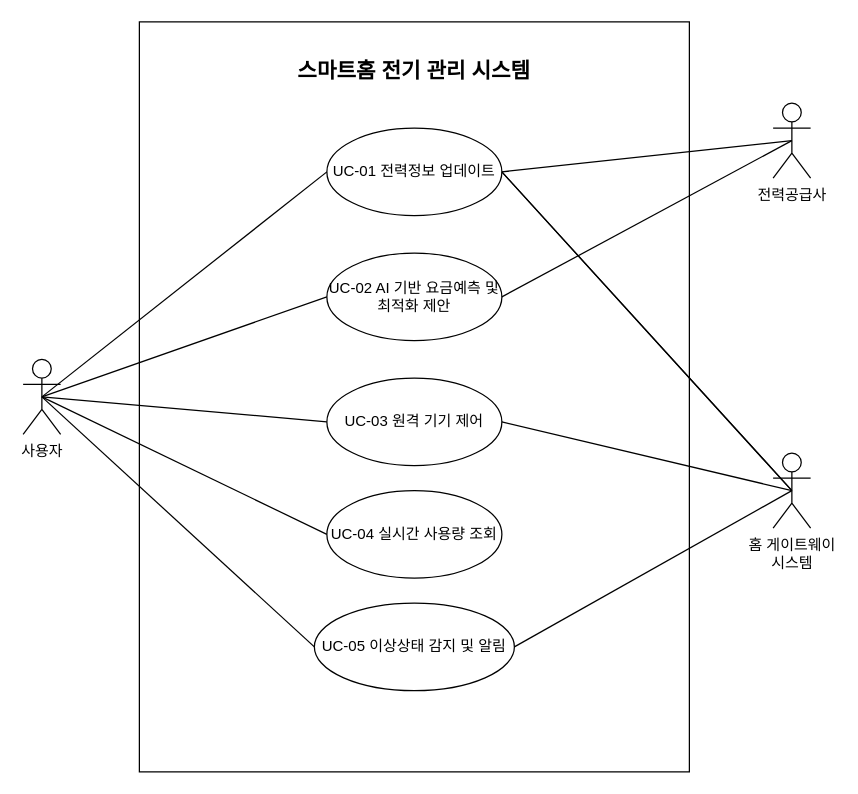
GeniusHoon/AssociateArchitect keeps this draw.io diagram as page "UseCaseModel - Cloud" (2 of 2) of architecturalDrivers.drawio. Above is the earlier version. Source tidied: cells renumbered, new cells numbered last; positions are measured from the earlier drawing's top-left corner, leaving out a move shared by most shapes. Both pictures are drawn from the tidied source at 125%, with x=0, y=0 at pixel (22, 21).
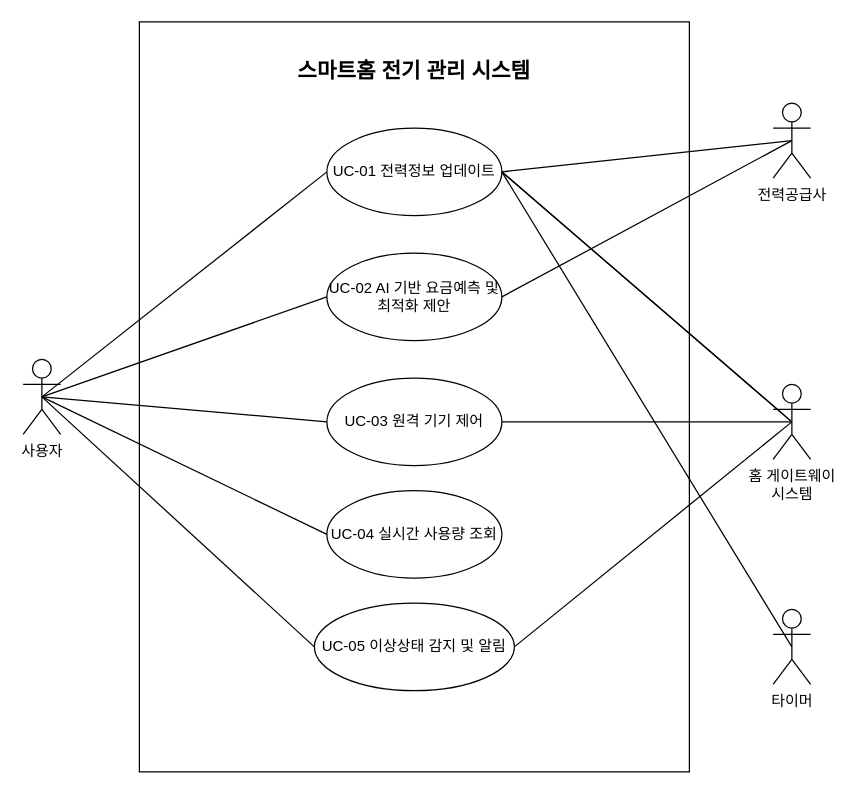
The same page after the edit.

The change refers to these unchanged cells:
```xml
<mxCell id="16" value="UC-01 전력정보 업데이트" style="ellipse;whiteSpace=wrap;html=1;" parent="1" vertex="1">
  <mxGeometry x="243" y="85" width="140" height="70" as="geometry" />
</mxCell>
```

The edit, as a diff of the source:
```diff
@@
     <mxCell id="10" value="홈 게이트웨이&lt;div&gt;시스템&lt;/div&gt;" style="shape=umlActor;verticalLabelPosition=bottom;verticalAlign=top;html=1;" parent="1" vertex="1">
-      <mxGeometry x="600" y="345" width="30" height="60" as="geometry" />
+      <mxGeometry x="600" y="290" width="30" height="60" as="geometry" />
     </mxCell>
@@
+    <mxCell id="23" style="rounded=0;jettySize=auto;html=1;exitX=0.5;exitY=0.5;exitDx=0;exitDy=0;exitPerimeter=0;entryX=1;entryY=0.5;entryDx=0;entryDy=0;endArrow=none;endFill=0;" parent="1" edge="1" source="24" target="16">
+      <mxGeometry relative="1" as="geometry" />
+    </mxCell>
+    <mxCell id="24" value="타이머" style="shape=umlActor;verticalLabelPosition=bottom;verticalAlign=top;html=1;" parent="1" vertex="1">
+      <mxGeometry x="600" y="470" width="30" height="60" as="geometry" />
+    </mxCell>
```
